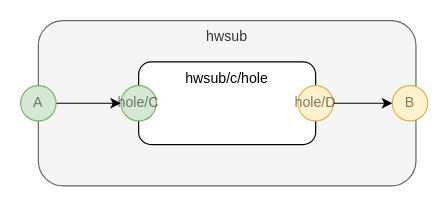
Earlier version of the draw.io diagram page "hwsub" (2 of 11) of v2/hello.drawio (guitarvydas/asc-manually). Source tidied: cells renumbered, new cells numbered last; positions are measured from the earlier drawing's top-left corner, leaving out a move shared by most shapes. Both pictures are drawn from the tidied source at 118%, with x=0, y=0 at pixel (20, 20).
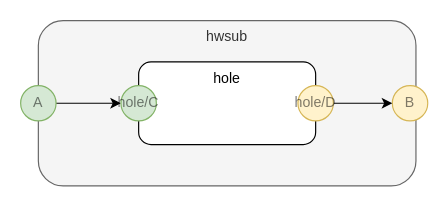
After the change.

Change to the diagram source:
```diff
@@
 <mxGraphModel>
   <root>
     <mxCell id="0" />
     <mxCell id="1" parent="0" />
     <mxCell id="2" value="hwsub" style="rounded=1;whiteSpace=wrap;html=1;verticalAlign=top;fillColor=#f5f5f5;strokeColor=#666666;fontColor=#333333;" parent="1" vertex="1">
       <mxGeometry x="15" width="320" height="140" as="geometry" />
     </mxCell>
-    <mxCell id="3" value="hwsub/c/hole" style="rounded=1;whiteSpace=wrap;html=1;verticalAlign=top;" parent="1" vertex="1">
+    <mxCell id="3" value="hole" style="rounded=1;whiteSpace=wrap;html=1;verticalAlign=top;" parent="1" vertex="1">
       <mxGeometry x="100" y="35" width="150" height="70" as="geometry" />
     </mxCell>
     <mxCell id="4" style="edgeStyle=orthogonalEdgeStyle;rounded=0;jettySize=auto;html=1;exitX=1;exitY=0.5;exitDx=0;exitDy=0;" parent="1" edge="1" source="5" target="7">
       <mxGeometry relative="1" as="geometry" />
     </mxCell>
     <mxCell id="5" value="A" style="ellipse;whiteSpace=wrap;html=1;fillColor=#d5e8d4;align=center;strokeColor=#82b366;textOpacity=50;" parent="1" vertex="1">
       <mxGeometry y="55" width="30" height="30" as="geometry" />
     </mxCell>
     <mxCell id="6" value="B" style="ellipse;whiteSpace=wrap;html=1;fillColor=#fff2cc;align=center;strokeColor=#d6b656;textOpacity=50;" parent="1" vertex="1">
       <mxGeometry x="315" y="55" width="30" height="30" as="geometry" />
     </mxCell>
     <mxCell id="7" value="hole/C" style="ellipse;whiteSpace=wrap;html=1;fillColor=#d5e8d4;align=center;strokeColor=#82b366;textOpacity=50;" parent="1" vertex="1">
       <mxGeometry x="85" y="55" width="30" height="30" as="geometry" />
     </mxCell>
     <mxCell id="8" style="edgeStyle=orthogonalEdgeStyle;rounded=0;jettySize=auto;html=1;exitX=1;exitY=0.5;exitDx=0;exitDy=0;entryX=0;entryY=0.5;entryDx=0;entryDy=0;" parent="1" edge="1" source="9" target="6">
       <mxGeometry relative="1" as="geometry" />
     </mxCell>
     <mxCell id="9" value="hole/D" style="ellipse;whiteSpace=wrap;html=1;fillColor=#fff2cc;align=center;strokeColor=#d6b656;textOpacity=50;" parent="1" vertex="1">
       <mxGeometry x="235" y="55" width="30" height="30" as="geometry" />
     </mxCell>
   </root>
 </mxGraphModel>
```
